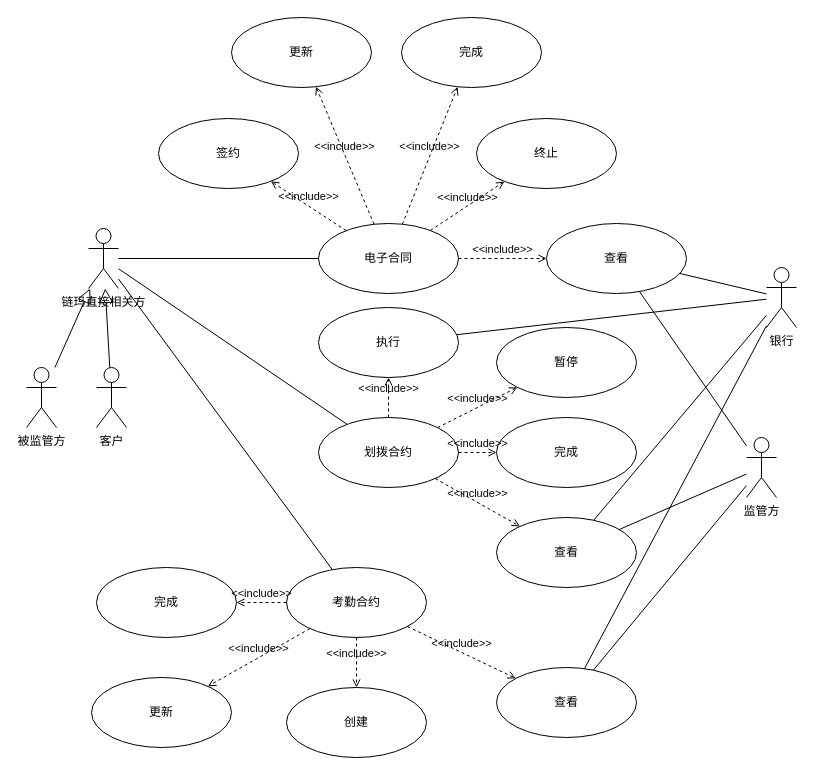
Earlier version of the draw.io diagram page "区块链系统" (3 of 7) of docs/资金监管平台设计图.drawio (cuitaocrazy/supervision). Source tidied: cells renumbered, new cells numbered last; positions are measured from the earlier drawing's top-left corner, leaving out a move shared by most shapes. Both pictures are drawn from the tidied source at 100%, with x=0, y=0 at pixel (26, 17).
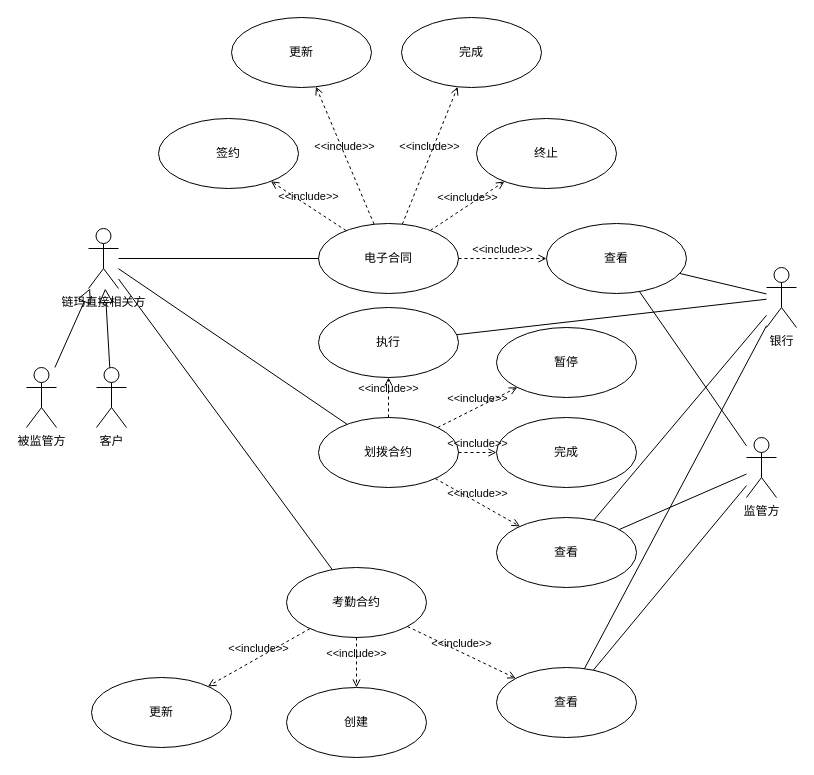
The same page after the edit.

Unchanged cells that the change refers to:
```xml
<mxCell id="21" value="考勤合约" style="ellipse;whiteSpace=wrap;html=1;" parent="1" vertex="1">
  <mxGeometry x="260" y="550" width="140" height="70" as="geometry" />
</mxCell>
```

Change to the diagram source:
```diff
@@
-    <mxCell id="24" value="完成" style="ellipse;whiteSpace=wrap;html=1;" parent="1" vertex="1">
-      <mxGeometry x="70" y="550" width="140" height="70" as="geometry" />
-    </mxCell>
@@
-    <mxCell id="27" value="&amp;lt;&amp;lt;include&amp;gt;&amp;gt;" style="html=1;verticalAlign=bottom;labelBackgroundColor=none;endArrow=open;endFill=0;dashed=1;rounded=0;" parent="1" edge="1" source="21" target="24">
-      <mxGeometry relative="1" as="geometry" />
-    </mxCell>
```
